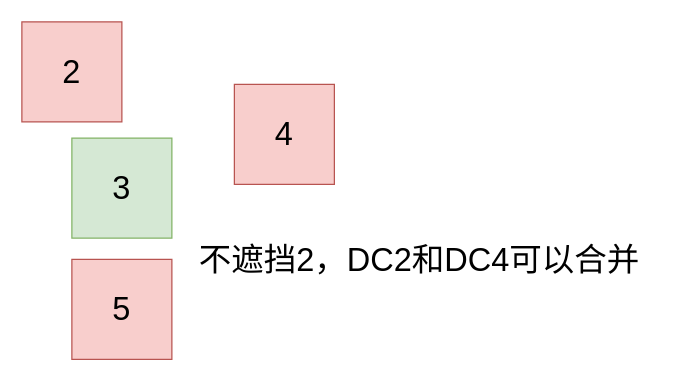
Before: intersect.drawio in imzoer/imzoer.github.io, a draw.io diagram. Source tidied: cells renumbered, new cells numbered last; positions are measured from the earlier drawing's top-left corner, leaving out a move shared by most shapes. Both pictures are drawn from the tidied source at 125%, with x=0, y=0 at pixel (21, 21).
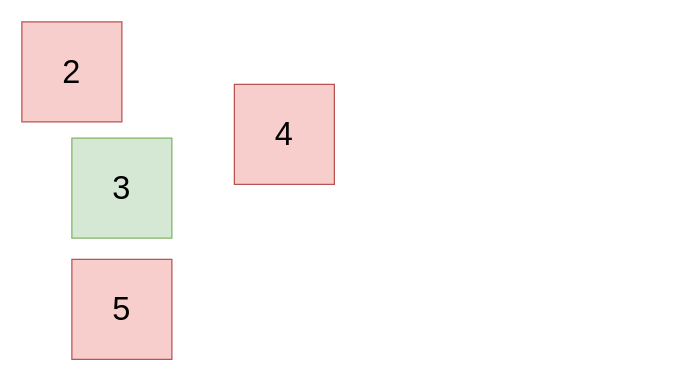
The same page after the edit.

The edit, as a diff of the source:
```diff
@@
 <mxGraphModel>
   <root>
     <mxCell id="0" />
     <mxCell id="1" parent="0" />
     <mxCell id="2" value="&lt;font style=&quot;font-size: 26px&quot;&gt;2&lt;/font&gt;" style="whiteSpace=wrap;html=1;fillColor=#f8cecc;strokeColor=#b85450;" parent="1" vertex="1">
       <mxGeometry width="80" height="80" as="geometry" />
     </mxCell>
     <mxCell id="3" value="&lt;font style=&quot;font-size: 26px&quot;&gt;5&lt;/font&gt;" style="whiteSpace=wrap;html=1;fillColor=#f8cecc;strokeColor=#b85450;" parent="1" vertex="1">
       <mxGeometry x="40" y="190" width="80" height="80" as="geometry" />
     </mxCell>
     <mxCell id="4" value="&lt;font style=&quot;font-size: 26px&quot;&gt;4&lt;/font&gt;" style="whiteSpace=wrap;html=1;fillColor=#f8cecc;strokeColor=#b85450;" parent="1" vertex="1">
       <mxGeometry x="170" y="50" width="80" height="80" as="geometry" />
     </mxCell>
     <mxCell id="5" value="&lt;font style=&quot;font-size: 26px&quot;&gt;3&lt;/font&gt;" style="whiteSpace=wrap;html=1;fillColor=#d5e8d4;strokeColor=#82b366;" parent="1" vertex="1">
       <mxGeometry x="40" y="93" width="80" height="80" as="geometry" />
     </mxCell>
-    <mxCell id="6" value="&lt;font style=&quot;font-size: 26px&quot;&gt;不遮挡2，DC2和DC4可以合并&lt;/font&gt;" style="text;html=1;align=left;verticalAlign=top;spacingTop=-4;" parent="1" vertex="1">
-      <mxGeometry x="140" y="173" width="370" height="20" as="geometry" />
-    </mxCell>
   </root>
 </mxGraphModel>
```
